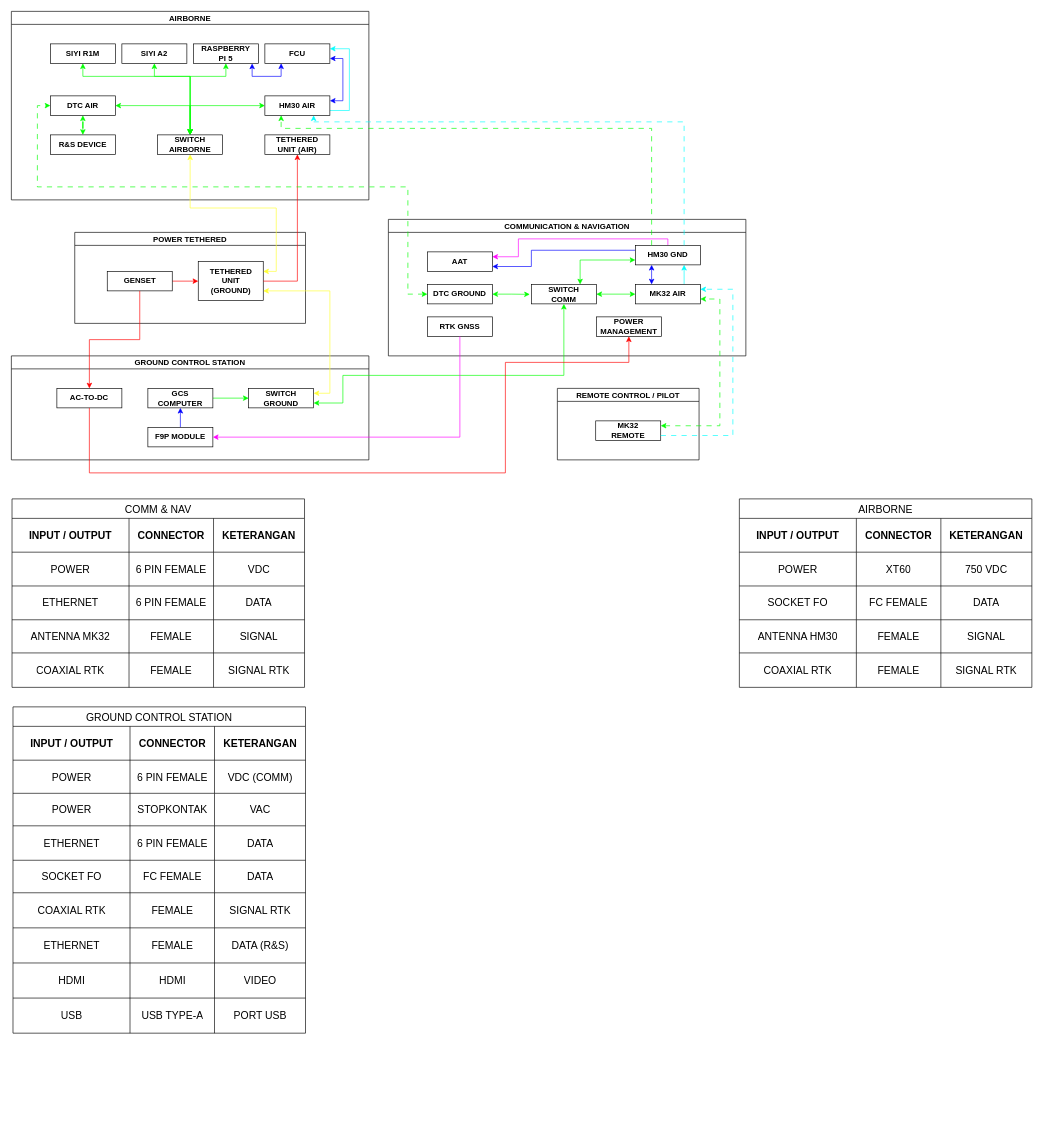
Above: Block Diagram DF.drawio in BagaszPraa/Kumpulan-Tutorial (draw.io), before the change. Source tidied: cells renumbered, new cells numbered last; positions are measured from the earlier drawing's top-left corner, leaving out a move shared by most shapes. Both pictures are drawn from the tidied source at 65%, with x=0, y=0 at pixel (11, 11). Pictures stored in the file or linked from it are replaced by grey dashed boxes.
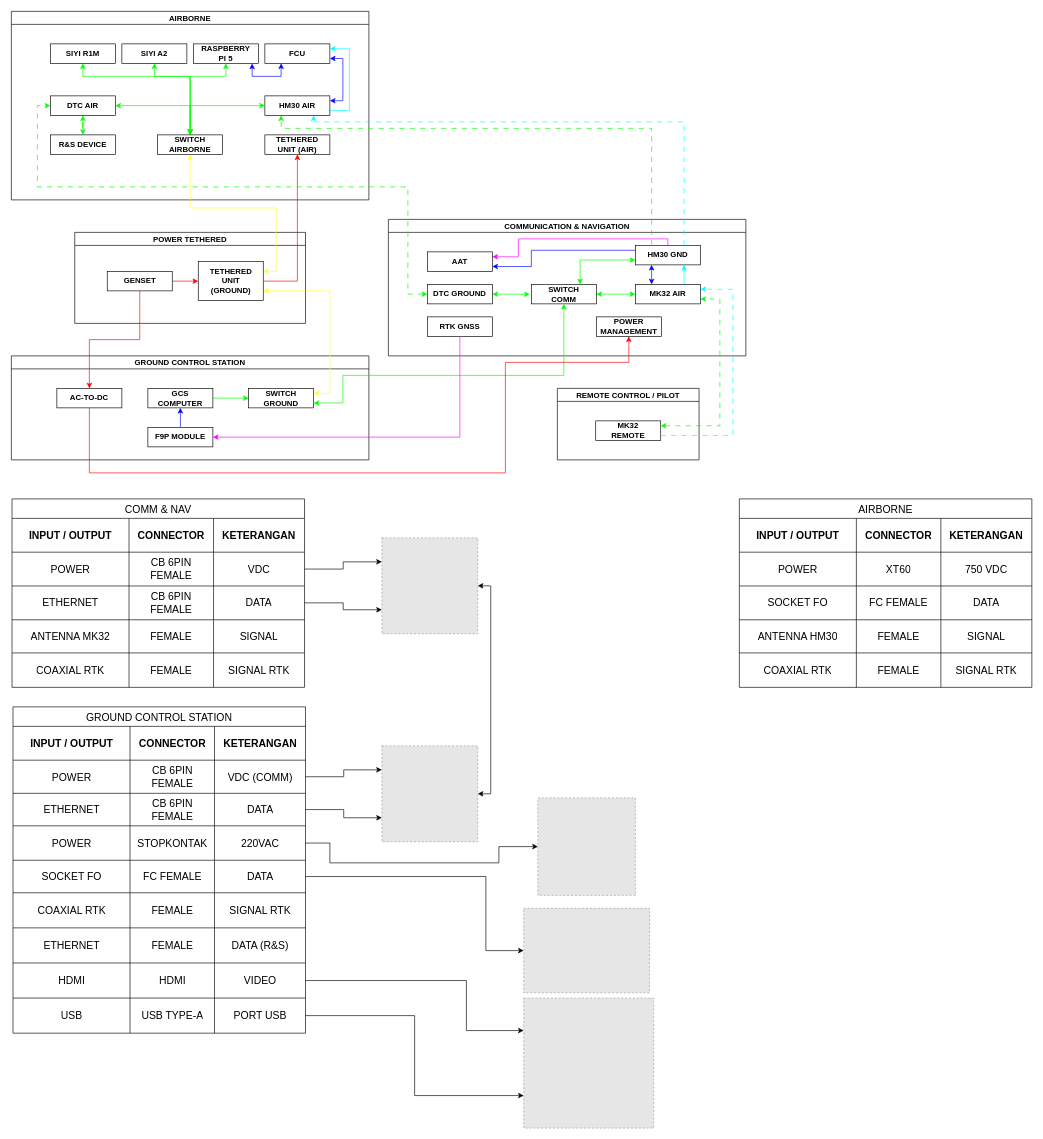
The same page after the edit.

The change refers to these unchanged cells:
```xml
<mxCell id="66" style="shape=tableRow;horizontal=0;startSize=0;swimlaneHead=0;swimlaneBody=0;strokeColor=inherit;top=0;left=0;bottom=0;right=0;fillColor=none;points=[[0,0.5],[1,0.5]];portConstraint=eastwest;fontSize=16;" parent="61" vertex="1">
  <mxGeometry y="82" width="450" height="52" as="geometry" />
</mxCell>
<mxCell id="70" style="shape=tableRow;horizontal=0;startSize=0;swimlaneHead=0;swimlaneBody=0;strokeColor=inherit;top=0;left=0;bottom=0;right=0;fillColor=none;points=[[0,0.5],[1,0.5]];portConstraint=eastwest;fontSize=16;" parent="61" vertex="1">
  <mxGeometry y="134" width="450" height="52" as="geometry" />
</mxCell>
<mxCell id="87" style="shape=tableRow;horizontal=0;startSize=0;swimlaneHead=0;swimlaneBody=0;strokeColor=inherit;top=0;left=0;bottom=0;right=0;fillColor=none;points=[[0,0.5],[1,0.5]];portConstraint=eastwest;fontSize=16;" parent="82" vertex="1">
  <mxGeometry y="82" width="450" height="51" as="geometry" />
</mxCell>
<mxCell id="91" style="shape=tableRow;horizontal=0;startSize=0;swimlaneHead=0;swimlaneBody=0;strokeColor=inherit;top=0;left=0;bottom=0;right=0;fillColor=none;points=[[0,0.5],[1,0.5]];portConstraint=eastwest;fontSize=16;" parent="82" vertex="1">
  <mxGeometry y="133" width="450" height="50" as="geometry" />
</mxCell>
<mxCell id="95" style="shape=tableRow;horizontal=0;startSize=0;swimlaneHead=0;swimlaneBody=0;strokeColor=inherit;top=0;left=0;bottom=0;right=0;fillColor=none;points=[[0,0.5],[1,0.5]];portConstraint=eastwest;fontSize=16;" parent="82" vertex="1">
  <mxGeometry y="183" width="450" height="53" as="geometry" />
</mxCell>
<mxCell id="99" style="shape=tableRow;horizontal=0;startSize=0;swimlaneHead=0;swimlaneBody=0;strokeColor=inherit;top=0;left=0;bottom=0;right=0;fillColor=none;points=[[0,0.5],[1,0.5]];portConstraint=eastwest;fontSize=16;" parent="82" vertex="1">
  <mxGeometry y="236" width="450" height="50" as="geometry" />
</mxCell>
<mxCell id="111" style="shape=tableRow;horizontal=0;startSize=0;swimlaneHead=0;swimlaneBody=0;strokeColor=inherit;top=0;left=0;bottom=0;right=0;fillColor=none;points=[[0,0.5],[1,0.5]];portConstraint=eastwest;fontSize=16;" parent="82" vertex="1">
  <mxGeometry y="394" width="450" height="54" as="geometry" />
</mxCell>
<mxCell id="115" style="shape=tableRow;horizontal=0;startSize=0;swimlaneHead=0;swimlaneBody=0;strokeColor=inherit;top=0;left=0;bottom=0;right=0;fillColor=none;points=[[0,0.5],[1,0.5]];portConstraint=eastwest;fontSize=16;" parent="82" vertex="1">
  <mxGeometry y="448" width="450" height="54" as="geometry" />
</mxCell>
```

Diff of the diagram source:
```diff
@@
-    <mxCell id="68" value="6 PIN FEMALE" style="shape=partialRectangle;html=1;whiteSpace=wrap;strokeColor=inherit;overflow=hidden;fillColor=none;top=0;left=0;bottom=0;right=0;fontSize=16;" parent="66" vertex="1">
+    <mxCell id="68" value="CB 6PIN FEMALE" style="shape=partialRectangle;html=1;whiteSpace=wrap;strokeColor=inherit;overflow=hidden;fillColor=none;top=0;left=0;bottom=0;right=0;fontSize=16;" parent="66" vertex="1">
       <mxGeometry x="180" width="130" height="52" as="geometry" />
     </mxCell>
@@
-    <mxCell id="72" value="6 PIN FEMALE" style="shape=partialRectangle;html=1;whiteSpace=wrap;strokeColor=inherit;overflow=hidden;fillColor=none;top=0;left=0;bottom=0;right=0;fontSize=16;" parent="70" vertex="1">
+    <mxCell id="72" value="CB 6PIN FEMALE" style="shape=partialRectangle;html=1;whiteSpace=wrap;strokeColor=inherit;overflow=hidden;fillColor=none;top=0;left=0;bottom=0;right=0;fontSize=16;" parent="70" vertex="1">
       <mxGeometry x="180" width="130" height="52" as="geometry" />
     </mxCell>
@@
-    <mxCell id="89" value="6 PIN FEMALE" style="shape=partialRectangle;html=1;whiteSpace=wrap;strokeColor=inherit;overflow=hidden;fillColor=none;top=0;left=0;bottom=0;right=0;fontSize=16;" parent="87" vertex="1">
+    <mxCell id="89" value="CB 6PIN FEMALE" style="shape=partialRectangle;html=1;whiteSpace=wrap;strokeColor=inherit;overflow=hidden;fillColor=none;top=0;left=0;bottom=0;right=0;fontSize=16;" parent="87" vertex="1">
       <mxGeometry x="180" width="130" height="51" as="geometry" />
     </mxCell>
@@
-    <mxCell id="92" value="POWER" style="shape=partialRectangle;html=1;whiteSpace=wrap;strokeColor=inherit;overflow=hidden;fillColor=none;top=0;left=0;bottom=0;right=0;fontSize=16;" parent="91" vertex="1">
+    <mxCell id="92" value="ETHERNET" style="shape=partialRectangle;html=1;whiteSpace=wrap;strokeColor=inherit;overflow=hidden;fillColor=none;top=0;left=0;bottom=0;right=0;fontSize=16;" parent="91" vertex="1">
       <mxGeometry width="180" height="50" as="geometry" />
     </mxCell>
-    <mxCell id="93" value="STOPKONTAK" style="shape=partialRectangle;html=1;whiteSpace=wrap;strokeColor=inherit;overflow=hidden;fillColor=none;top=0;left=0;bottom=0;right=0;fontSize=16;" parent="91" vertex="1">
+    <mxCell id="93" value="CB 6PIN FEMALE" style="shape=partialRectangle;html=1;whiteSpace=wrap;strokeColor=inherit;overflow=hidden;fillColor=none;top=0;left=0;bottom=0;right=0;fontSize=16;" parent="91" vertex="1">
       <mxGeometry x="180" width="130" height="50" as="geometry" />
     </mxCell>
-    <mxCell id="94" value="VAC" style="shape=partialRectangle;html=1;whiteSpace=wrap;strokeColor=inherit;overflow=hidden;fillColor=none;top=0;left=0;bottom=0;right=0;fontSize=16;" parent="91" vertex="1">
+    <mxCell id="94" value="DATA" style="shape=partialRectangle;html=1;whiteSpace=wrap;strokeColor=inherit;overflow=hidden;fillColor=none;top=0;left=0;bottom=0;right=0;fontSize=16;" parent="91" vertex="1">
       <mxGeometry x="310" width="140" height="50" as="geometry" />
     </mxCell>
@@
-    <mxCell id="96" value="ETHERNET" style="shape=partialRectangle;html=1;whiteSpace=wrap;strokeColor=inherit;overflow=hidden;fillColor=none;top=0;left=0;bottom=0;right=0;fontSize=16;" parent="95" vertex="1">
+    <mxCell id="96" value="POWER" style="shape=partialRectangle;html=1;whiteSpace=wrap;strokeColor=inherit;overflow=hidden;fillColor=none;top=0;left=0;bottom=0;right=0;fontSize=16;" parent="95" vertex="1">
       <mxGeometry width="180" height="53" as="geometry" />
     </mxCell>
-    <mxCell id="97" value="6 PIN FEMALE" style="shape=partialRectangle;html=1;whiteSpace=wrap;strokeColor=inherit;overflow=hidden;fillColor=none;top=0;left=0;bottom=0;right=0;fontSize=16;" parent="95" vertex="1">
+    <mxCell id="97" value="STOPKONTAK" style="shape=partialRectangle;html=1;whiteSpace=wrap;strokeColor=inherit;overflow=hidden;fillColor=none;top=0;left=0;bottom=0;right=0;fontSize=16;" parent="95" vertex="1">
       <mxGeometry x="180" width="130" height="53" as="geometry" />
     </mxCell>
-    <mxCell id="98" value="DATA" style="shape=partialRectangle;html=1;whiteSpace=wrap;strokeColor=inherit;overflow=hidden;fillColor=none;top=0;left=0;bottom=0;right=0;fontSize=16;" parent="95" vertex="1">
+    <mxCell id="98" value="220VAC" style="shape=partialRectangle;html=1;whiteSpace=wrap;strokeColor=inherit;overflow=hidden;fillColor=none;top=0;left=0;bottom=0;right=0;fontSize=16;" parent="95" vertex="1">
       <mxGeometry x="310" width="140" height="53" as="geometry" />
     </mxCell>
@@
+    <mxCell id="140" style="edgeStyle=orthogonalEdgeStyle;rounded=0;jettySize=auto;html=1;exitX=1;exitY=0.5;exitDx=0;exitDy=0;entryX=1;entryY=0.5;entryDx=0;entryDy=0;startArrow=classic;startFill=1;" parent="1" edge="1" source="141" target="144">
+      <mxGeometry relative="1" as="geometry" />
+    </mxCell>
+    <mxCell id="141" style="fillColor=#E6E6E6;strokeColor=#999999;dashed=1;verticalLabelPosition=bottom;labelBackgroundColor=default;verticalAlign=top;" parent="1" vertex="1">
+      <mxGeometry x="570" y="810" width="147.5" height="147.5" as="geometry" />
+    </mxCell>
+    <mxCell id="142" style="edgeStyle=orthogonalEdgeStyle;rounded=0;jettySize=auto;html=1;exitX=1;exitY=0.5;exitDx=0;exitDy=0;entryX=0;entryY=0.25;entryDx=0;entryDy=0;" parent="1" edge="1" source="66" target="141">
+      <mxGeometry relative="1" as="geometry" />
+    </mxCell>
+    <mxCell id="143" style="edgeStyle=orthogonalEdgeStyle;rounded=0;jettySize=auto;html=1;exitX=1;exitY=0.5;exitDx=0;exitDy=0;entryX=0;entryY=0.75;entryDx=0;entryDy=0;" parent="1" edge="1" source="70" target="141">
+      <mxGeometry relative="1" as="geometry" />
+    </mxCell>
+    <mxCell id="144" style="fillColor=#E6E6E6;strokeColor=#999999;dashed=1;verticalLabelPosition=bottom;labelBackgroundColor=default;verticalAlign=top;" parent="1" vertex="1">
+      <mxGeometry x="570" y="1130" width="147.5" height="147.5" as="geometry" />
+    </mxCell>
+    <mxCell id="145" style="edgeStyle=orthogonalEdgeStyle;rounded=0;jettySize=auto;html=1;exitX=1;exitY=0.5;exitDx=0;exitDy=0;entryX=0;entryY=0.25;entryDx=0;entryDy=0;" parent="1" edge="1" source="87" target="144">
+      <mxGeometry relative="1" as="geometry" />
+    </mxCell>
+    <mxCell id="146" style="edgeStyle=orthogonalEdgeStyle;rounded=0;jettySize=auto;html=1;exitX=1;exitY=0.5;exitDx=0;exitDy=0;entryX=0;entryY=0.75;entryDx=0;entryDy=0;" parent="1" edge="1" source="91" target="144">
+      <mxGeometry relative="1" as="geometry" />
+    </mxCell>
+    <mxCell id="147" style="fillColor=#E6E6E6;strokeColor=#999999;dashed=1;verticalLabelPosition=bottom;labelBackgroundColor=default;verticalAlign=top;" parent="1" vertex="1">
+      <mxGeometry x="810" y="1210" width="150" height="150" as="geometry" />
+    </mxCell>
+    <mxCell id="148" style="edgeStyle=orthogonalEdgeStyle;rounded=0;jettySize=auto;html=1;exitX=1;exitY=0.5;exitDx=0;exitDy=0;entryX=0;entryY=0.5;entryDx=0;entryDy=0;" parent="1" edge="1" source="95" target="147">
+      <mxGeometry relative="1" as="geometry">
+        <Array as="points">
+          <mxPoint x="490" y="1280" />
+          <mxPoint x="490" y="1310" />
+          <mxPoint x="750" y="1310" />
+          <mxPoint x="750" y="1285" />
+        </Array>
+      </mxGeometry>
+    </mxCell>
+    <mxCell id="149" style="fillColor=#E6E6E6;strokeColor=#999999;dashed=1;verticalLabelPosition=bottom;labelBackgroundColor=default;verticalAlign=top;" parent="1" vertex="1">
+      <mxGeometry x="788.2" y="1380" width="193.6" height="130" as="geometry" />
+    </mxCell>
+    <mxCell id="150" style="edgeStyle=orthogonalEdgeStyle;rounded=0;jettySize=auto;html=1;exitX=1;exitY=0.5;exitDx=0;exitDy=0;entryX=0;entryY=0.5;entryDx=0;entryDy=0;" parent="1" edge="1" source="99" target="149">
+      <mxGeometry relative="1" as="geometry">
+        <Array as="points">
+          <mxPoint x="730" y="1331" />
+          <mxPoint x="730" y="1445" />
+        </Array>
+      </mxGeometry>
+    </mxCell>
+    <mxCell id="151" style="fillColor=#E6E6E6;strokeColor=#999999;dashed=1;verticalLabelPosition=bottom;labelBackgroundColor=default;verticalAlign=top;" parent="1" vertex="1">
+      <mxGeometry x="788.2" y="1518" width="200" height="200" as="geometry" />
+    </mxCell>
+    <mxCell id="152" style="edgeStyle=orthogonalEdgeStyle;rounded=0;jettySize=auto;html=1;exitX=1;exitY=0.5;exitDx=0;exitDy=0;entryX=0;entryY=0.75;entryDx=0;entryDy=0;" parent="1" edge="1" source="115" target="151">
+      <mxGeometry relative="1" as="geometry" />
+    </mxCell>
+    <mxCell id="153" style="edgeStyle=orthogonalEdgeStyle;rounded=0;jettySize=auto;html=1;exitX=1;exitY=0.5;exitDx=0;exitDy=0;entryX=0;entryY=0.25;entryDx=0;entryDy=0;" parent="1" edge="1" source="111" target="151">
+      <mxGeometry relative="1" as="geometry">
+        <Array as="points">
+          <mxPoint x="700" y="1491" />
+          <mxPoint x="700" y="1568" />
+        </Array>
+      </mxGeometry>
+    </mxCell>
```
